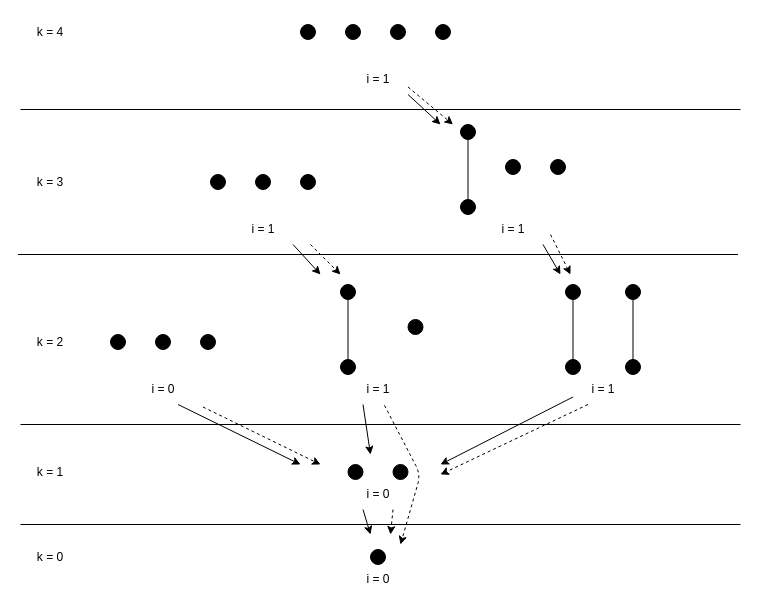
The draw.io diagram tex/article/figures/backward-searchtree.drawio in JGDoerrer/selection_generator, before the edit. Source tidied: cells renumbered, new cells numbered last; positions are measured from the earlier drawing's top-left corner, leaving out a move shared by most shapes. Both pictures are drawn from the tidied source at 100%, with x=0, y=0 at pixel (17, 16).
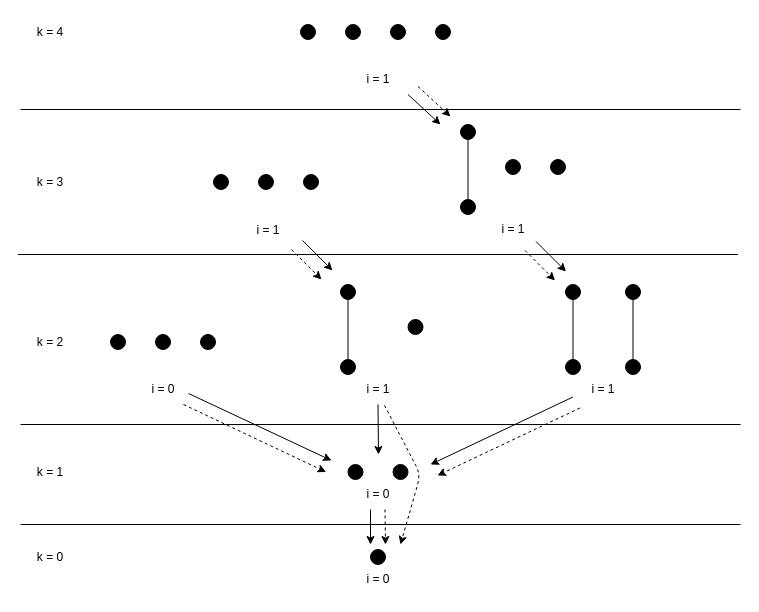
Above is the later version.

Commit message (it also covers changes not shown here):
slightly adjust backward search tree arrows

The change refers to these unchanged cells:
```xml
<mxCell id="5" value="i = 0" style="text;html=1;align=center;verticalAlign=middle;whiteSpace=wrap;rounded=0;strokeColor=none;" parent="1" vertex="1">
  <mxGeometry x="330.5" y="463" width="60" height="30" as="geometry" />
</mxCell>
<mxCell id="12" value="i = 0" style="text;html=1;align=center;verticalAlign=middle;whiteSpace=wrap;rounded=0;strokeColor=none;" parent="1" vertex="1">
  <mxGeometry x="115.5" y="358" width="60" height="30" as="geometry" />
</mxCell>
<mxCell id="15" value="i = 1" style="text;html=1;align=center;verticalAlign=middle;whiteSpace=wrap;rounded=0;strokeColor=none;" parent="1" vertex="1">
  <mxGeometry x="330.5" y="358" width="60" height="30" as="geometry" />
</mxCell>
<mxCell id="18" value="i = 1" style="text;html=1;align=center;verticalAlign=middle;whiteSpace=wrap;rounded=0;strokeColor=none;" parent="1" vertex="1">
  <mxGeometry x="555.5" y="358" width="60" height="30" as="geometry" />
</mxCell>
<mxCell id="34" value="i = 1" style="text;html=1;align=center;verticalAlign=middle;whiteSpace=wrap;rounded=0;strokeColor=none;" parent="1" vertex="1">
  <mxGeometry x="465.5" y="198" width="60" height="30" as="geometry" />
</mxCell>
<mxCell id="40" value="i = 1" style="text;html=1;align=center;verticalAlign=middle;whiteSpace=wrap;rounded=0;strokeColor=none;" parent="1" vertex="1">
  <mxGeometry x="330.5" y="48" width="60" height="30" as="geometry" />
</mxCell>
```

Change to the diagram source:
```diff
@@
     <mxCell id="29" style="ellipse;whiteSpace=wrap;html=1;strokeColor=#000000;fillColor=#000000;" parent="1" vertex="1">
-      <mxGeometry x="193" y="158" width="15" height="15" as="geometry" />
+      <mxGeometry x="196" y="158" width="15" height="15" as="geometry" />
     </mxCell>
     <mxCell id="30" value="i = 1" style="text;html=1;align=center;verticalAlign=middle;whiteSpace=wrap;rounded=0;strokeColor=none;" parent="1" vertex="1">
-      <mxGeometry x="215.5" y="198" width="60" height="30" as="geometry" />
+      <mxGeometry x="220.5" y="199" width="60" height="30" as="geometry" />
     </mxCell>
     <mxCell id="31" style="ellipse;whiteSpace=wrap;html=1;strokeColor=#000000;fillColor=#000000;" parent="1" vertex="1">
-      <mxGeometry x="283" y="158" width="15" height="15" as="geometry" />
+      <mxGeometry x="286" y="158" width="15" height="15" as="geometry" />
     </mxCell>
     <mxCell id="32" style="ellipse;whiteSpace=wrap;html=1;strokeColor=#000000;fillColor=#000000;" parent="1" vertex="1">
-      <mxGeometry x="238" y="158" width="15" height="15" as="geometry" />
+      <mxGeometry x="241" y="158" width="15" height="15" as="geometry" />
     </mxCell>
@@
-    <mxCell id="47" style="endArrow=classic;html=1;exitX=1;exitY=1;exitDx=0;exitDy=0;" parent="1" edge="1" source="40">
+    <mxCell id="47" style="endArrow=classic;html=1;exitX=1;exitY=1;exitDx=0;exitDy=0;startSize=3;" parent="1" edge="1" source="40">
       <mxGeometry relative="1" as="geometry">
         <mxPoint x="423" y="108" as="targetPoint" />
       </mxGeometry>
     </mxCell>
-    <mxCell id="48" style="endArrow=classic;html=1;exitX=1;exitY=1;exitDx=0;exitDy=0;" parent="1" edge="1" source="30">
+    <mxCell id="48" style="endArrow=classic;html=1;" parent="1" edge="1">
       <mxGeometry relative="1" as="geometry">
-        <mxPoint x="303" y="258" as="targetPoint" />
+        <mxPoint x="285" y="224" as="sourcePoint" />
+        <mxPoint x="315" y="254" as="targetPoint" />
       </mxGeometry>
     </mxCell>
-    <mxCell id="49" style="endArrow=classic;html=1;exitX=1;exitY=1;exitDx=0;exitDy=0;" parent="1" edge="1" source="34">
-      <mxGeometry relative="1" as="geometry">
-        <mxPoint x="543" y="258" as="targetPoint" />
-      </mxGeometry>
-    </mxCell>
-    <mxCell id="50" style="endArrow=classic;html=1;exitX=0.75;exitY=1;exitDx=0;exitDy=0;" parent="1" edge="1" source="12">
-      <mxGeometry relative="1" as="geometry">
-        <mxPoint x="283" y="448" as="targetPoint" />
-      </mxGeometry>
-    </mxCell>
-    <mxCell id="51" style="endArrow=classic;html=1;exitX=0.25;exitY=1;exitDx=0;exitDy=0;" parent="1" edge="1" source="15">
+    <mxCell id="51" style="endArrow=classic;html=1;exitX=0.5;exitY=1;exitDx=0;exitDy=0;" parent="1" edge="1" source="15">
       <mxGeometry relative="1" as="geometry">
-        <mxPoint x="353" y="438" as="targetPoint" />
+        <mxPoint x="361" y="438" as="targetPoint" />
       </mxGeometry>
     </mxCell>
     <mxCell id="52" style="endArrow=classic;html=1;exitX=0;exitY=0.75;exitDx=0;exitDy=0;" parent="1" edge="1" source="18">
       <mxGeometry relative="1" as="geometry">
-        <mxPoint x="423" y="448" as="targetPoint" />
+        <mxPoint x="413" y="448" as="targetPoint" />
       </mxGeometry>
     </mxCell>
-    <mxCell id="53" style="endArrow=classic;html=1;exitX=0.25;exitY=1;exitDx=0;exitDy=0;" parent="1" edge="1" source="5">
+    <mxCell id="53" style="endArrow=classic;html=1;exitX=0.375;exitY=1;exitDx=0;exitDy=0;exitPerimeter=0;" parent="1" edge="1" source="5">
       <mxGeometry relative="1" as="geometry">
-        <mxPoint x="353" y="518" as="targetPoint" />
+        <mxPoint x="353" y="528" as="targetPoint" />
       </mxGeometry>
     </mxCell>
-    <mxCell id="54" style="endArrow=classic;html=1;dashed=1;exitX=0.75;exitY=1;exitDx=0;exitDy=0;" parent="1" edge="1" source="5">
+    <mxCell id="54" style="endArrow=classic;html=1;dashed=1;exitX=0.75;exitY=1;exitDx=0;exitDy=0;" parent="1" edge="1">
       <mxGeometry relative="1" as="geometry">
-        <mxPoint x="373" y="518" as="targetPoint" />
+        <mxPoint x="367.5" y="493" as="sourcePoint" />
+        <mxPoint x="368" y="528" as="targetPoint" />
       </mxGeometry>
     </mxCell>
@@
-    <mxCell id="56" style="endArrow=classic;html=1;dashed=1;exitX=1;exitY=0.75;exitDx=0;exitDy=0;" parent="1" edge="1">
-      <mxGeometry relative="1" as="geometry">
-        <mxPoint x="185.5" y="390.5" as="sourcePoint" />
-        <mxPoint x="303" y="448" as="targetPoint" />
-      </mxGeometry>
-    </mxCell>
-    <mxCell id="57" style="endArrow=classic;html=1;dashed=1;exitX=0.25;exitY=1;exitDx=0;exitDy=0;" parent="1" edge="1" source="18">
+    <mxCell id="57" style="endArrow=classic;html=1;dashed=1;exitX=0;exitY=0.75;exitDx=0;exitDy=0;" parent="1" edge="1">
       <mxGeometry relative="1" as="geometry">
-        <mxPoint x="423" y="458" as="targetPoint" />
+        <mxPoint x="562.5" y="391.5" as="sourcePoint" />
+        <mxPoint x="420" y="459" as="targetPoint" />
       </mxGeometry>
     </mxCell>
-    <mxCell id="58" style="endArrow=classic;html=1;dashed=1;" parent="1" edge="1">
-      <mxGeometry relative="1" as="geometry">
-        <mxPoint x="533" y="218" as="sourcePoint" />
-        <mxPoint x="553" y="258" as="targetPoint" />
-      </mxGeometry>
-    </mxCell>
     <mxCell id="59" style="endArrow=classic;html=1;dashed=1;" parent="1" edge="1">
       <mxGeometry relative="1" as="geometry">
-        <mxPoint x="293" y="228" as="sourcePoint" />
-        <mxPoint x="323" y="258" as="targetPoint" />
+        <mxPoint x="274" y="233" as="sourcePoint" />
+        <mxPoint x="304" y="263" as="targetPoint" />
       </mxGeometry>
     </mxCell>
-    <mxCell id="60" style="endArrow=classic;html=1;dashed=1;exitX=1;exitY=0.75;exitDx=0;exitDy=0;" parent="1" edge="1" source="40">
+    <mxCell id="60" style="endArrow=classic;html=1;dashed=1;exitX=1;exitY=1;exitDx=0;exitDy=0;" parent="1" edge="1">
       <mxGeometry relative="1" as="geometry">
-        <mxPoint x="435.5" y="108" as="targetPoint" />
+        <mxPoint x="400.5" y="70" as="sourcePoint" />
+        <mxPoint x="433" y="100" as="targetPoint" />
       </mxGeometry>
     </mxCell>
+    <mxCell id="61" style="endArrow=classic;html=1;" parent="1" edge="1">
+      <mxGeometry relative="1" as="geometry">
+        <mxPoint x="518.5" y="225" as="sourcePoint" />
+        <mxPoint x="548.5" y="255" as="targetPoint" />
+      </mxGeometry>
+    </mxCell>
+    <mxCell id="62" style="endArrow=classic;html=1;dashed=1;" parent="1" edge="1">
+      <mxGeometry relative="1" as="geometry">
+        <mxPoint x="507.5" y="234" as="sourcePoint" />
+        <mxPoint x="537.5" y="264" as="targetPoint" />
+      </mxGeometry>
+    </mxCell>
+    <mxCell id="63" style="endArrow=classic;html=1;exitX=0;exitY=0.75;exitDx=0;exitDy=0;" parent="1" edge="1">
+      <mxGeometry relative="1" as="geometry">
+        <mxPoint x="171" y="377" as="sourcePoint" />
+        <mxPoint x="314" y="444" as="targetPoint" />
+      </mxGeometry>
+    </mxCell>
+    <mxCell id="64" style="endArrow=classic;html=1;dashed=1;exitX=0;exitY=0.75;exitDx=0;exitDy=0;" parent="1" edge="1">
+      <mxGeometry relative="1" as="geometry">
+        <mxPoint x="166" y="388" as="sourcePoint" />
+        <mxPoint x="308.5" y="455.5" as="targetPoint" />
+      </mxGeometry>
+    </mxCell>
```
